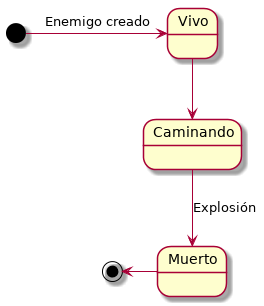
Before: Bomberman UML/Diagrama de estados/Diagrama de Enemigo/Bomberman_UML_Estados.png, a diagram exported from PlantUML (vtroitio/Bomberman).
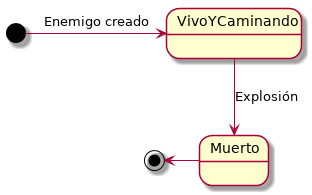
After the commit.

Commit message:
Diagrama de estados: Enemigo correjido

The edit, as a diff of the source:
```diff
@@ -1,10 +1,8 @@
 @startuml
 state Muerto
-state Vivo
-state Caminando
+state VivoYCaminando
 
-[*] -right-> Vivo : Enemigo creado
-Vivo --> Caminando
-Caminando --> Muerto : Explosión
+[*] -right-> VivoYCaminando : Enemigo creado
+VivoYCaminando --> Muerto : Explosión
 Muerto -left-> [*]
 @enduml
```
